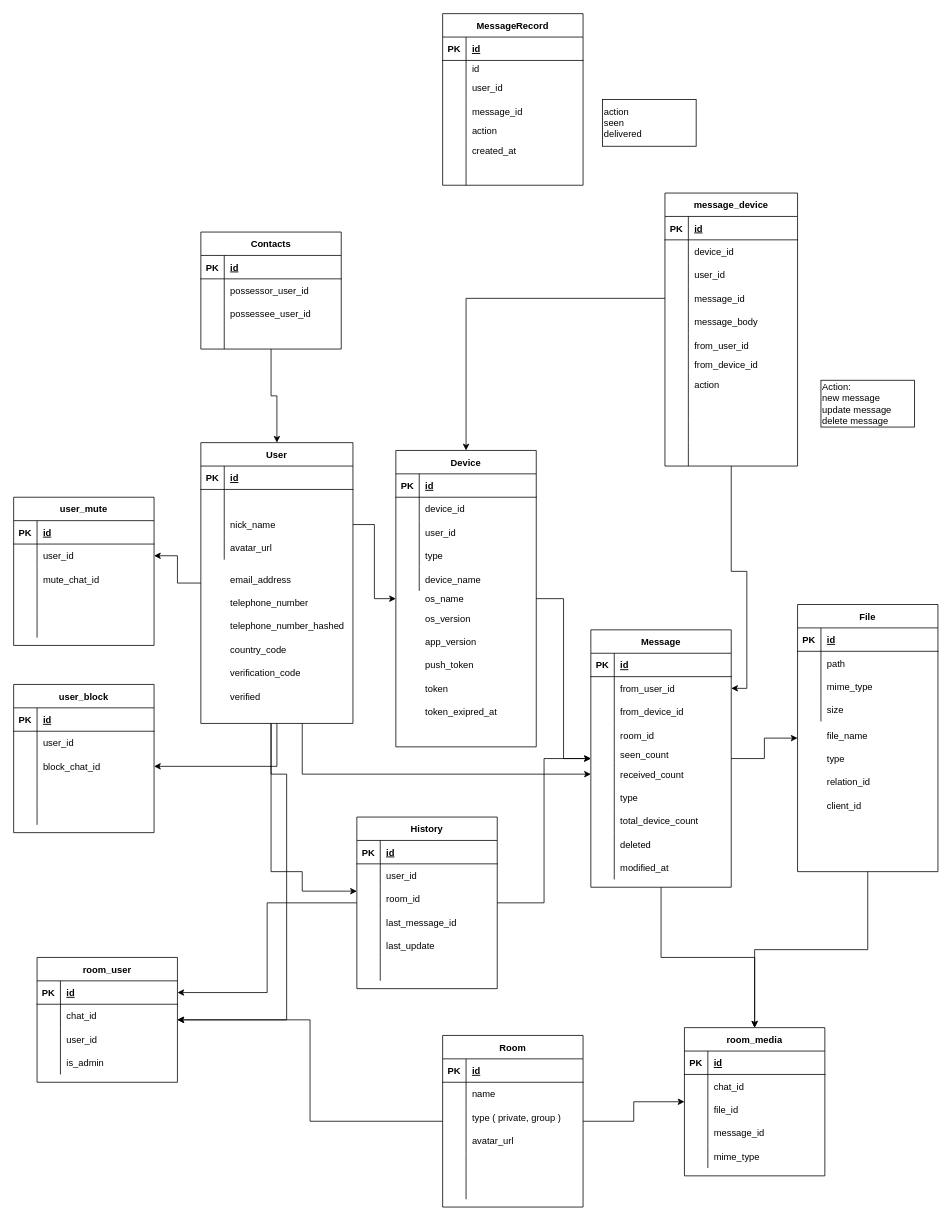
cloverstudio/Spika3 keeps this draw.io diagram as documents/database.drawio. Above is the earlier version. Source tidied: cells renumbered, new cells numbered last; positions are measured from the earlier drawing's top-left corner, leaving out a move shared by most shapes. Both pictures are drawn from the tidied source at 78%, with x=0, y=0 at pixel (13, 13).
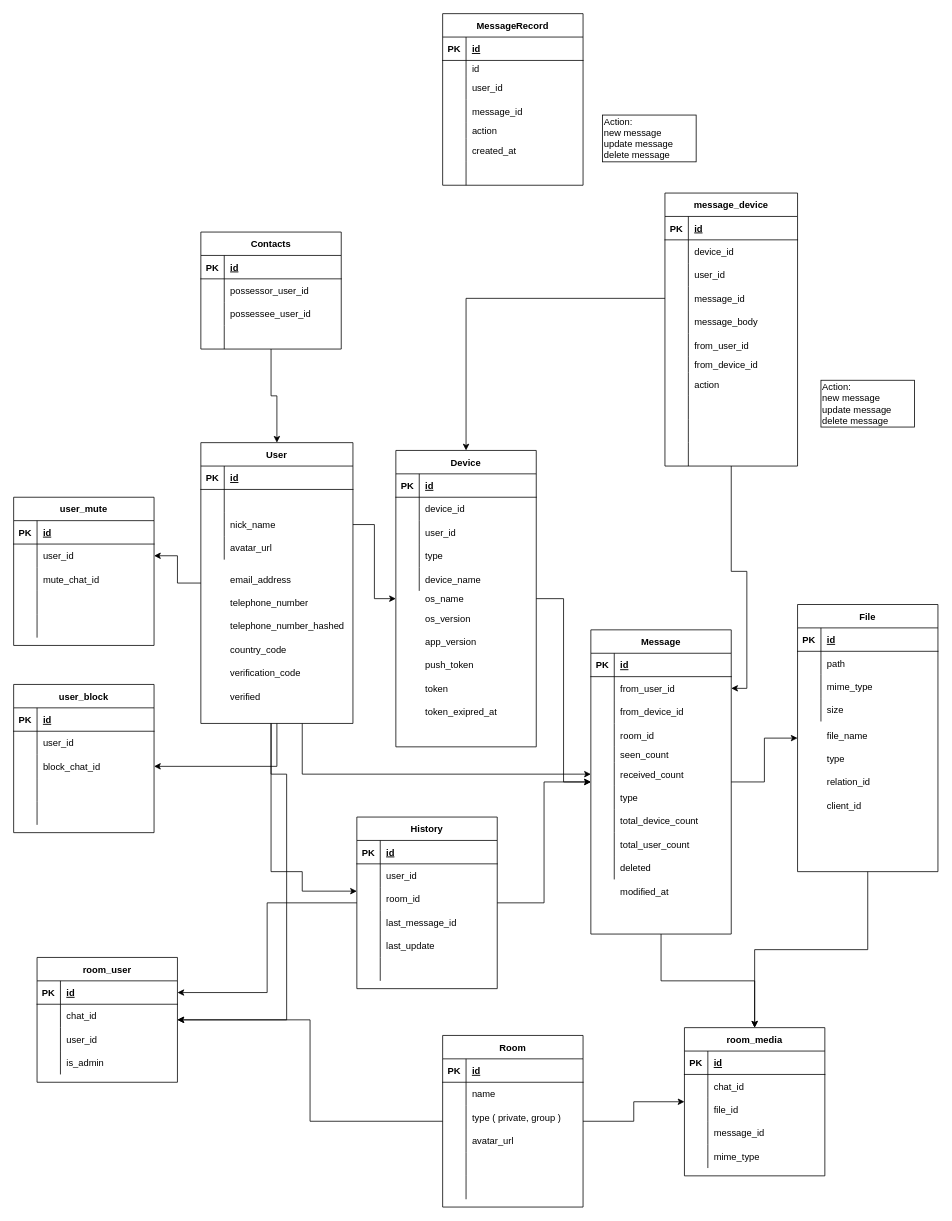
Above is the later version.

Commit message:
Add total user count to message table

The change refers to these unchanged cells:
```xml
<mxCell id="64" style="shape=partialRectangle;fillColor=none;top=0;left=0;bottom=0;right=0;" parent="39" vertex="1">
  <mxGeometry y="260" width="180" height="30" as="geometry" />
</mxCell>
<mxCell id="67" style="shape=partialRectangle;fillColor=none;top=0;left=0;bottom=0;right=0;" parent="39" vertex="1">
  <mxGeometry y="290" width="180" height="30" as="geometry" />
</mxCell>
```

The edit, as a diff of the source:
```diff
@@
     <mxCell id="39" value="Message" style="shape=table;startSize=30;childLayout=tableLayout;rowLines=0;fontStyle=1;align=center;" parent="1" vertex="1">
-      <mxGeometry x="740" y="790" width="180" height="330" as="geometry" />
+      <mxGeometry x="740" y="790" width="180" height="390" as="geometry" />
     </mxCell>
@@
-    <mxCell id="66" value="deleted" style="shape=partialRectangle;fillColor=none;top=0;left=0;bottom=0;right=0;align=left;spacingLeft=6;overflow=hidden;" parent="64" vertex="1">
+    <mxCell id="66" value="total_user_count" style="shape=partialRectangle;fillColor=none;top=0;left=0;bottom=0;right=0;align=left;spacingLeft=6;overflow=hidden;" parent="64" vertex="1">
       <mxGeometry x="30" width="150" height="30" as="geometry" />
     </mxCell>
@@
-    <mxCell id="69" value="modified_at" style="shape=partialRectangle;fillColor=none;top=0;left=0;bottom=0;right=0;align=left;spacingLeft=6;overflow=hidden;" parent="67" vertex="1">
+    <mxCell id="69" value="deleted" style="shape=partialRectangle;fillColor=none;top=0;left=0;bottom=0;right=0;align=left;spacingLeft=6;overflow=hidden;" parent="67" vertex="1">
       <mxGeometry x="30" width="150" height="30" as="geometry" />
     </mxCell>
@@
-    <mxCell id="277" value="action&lt;br&gt;seen&lt;br&gt;delivered" style="rounded=0;whiteSpace=wrap;html=1;shadow=0;align=left;" parent="1" vertex="1">
-      <mxGeometry x="755" y="110" width="120" height="60" as="geometry" />
+    <mxCell id="277" value="Action:&amp;nbsp;&lt;br&gt;new message&lt;br&gt;update message&lt;br&gt;delete message" style="rounded=0;whiteSpace=wrap;html=1;shadow=0;align=left;" parent="1" vertex="1">
+      <mxGeometry x="755" y="130" width="120" height="60" as="geometry" />
     </mxCell>
+    <mxCell id="278" style="shape=partialRectangle;fillColor=none;top=0;left=0;bottom=0;right=0;overflow=hidden;" parent="1" vertex="1">
+      <mxGeometry x="740" y="1110" width="30" height="30" as="geometry" />
+    </mxCell>
+    <mxCell id="279" value="modified_at" style="shape=partialRectangle;fillColor=none;top=0;left=0;bottom=0;right=0;align=left;spacingLeft=6;overflow=hidden;" parent="1" vertex="1">
+      <mxGeometry x="770" y="1110" width="150" height="30" as="geometry" />
+    </mxCell>
```
